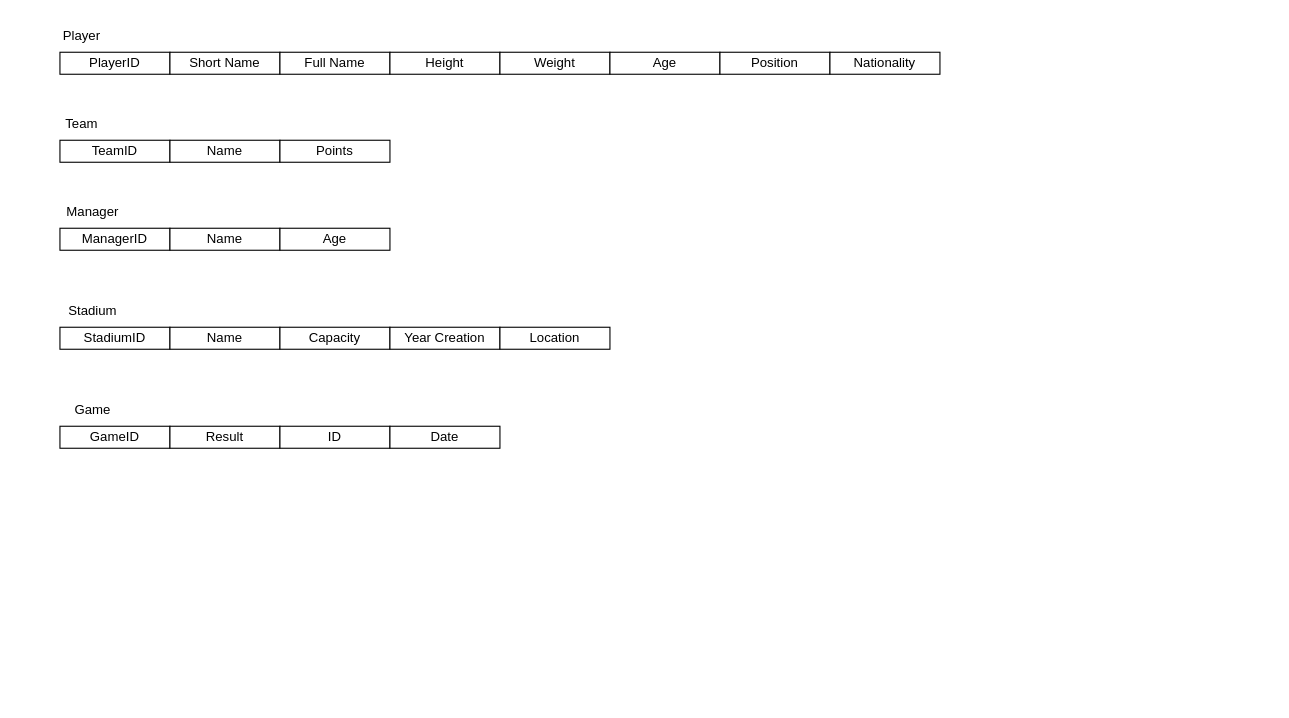
Earlier version of the draw.io diagram Relacional.drawio (jpls10190/DatabaseMLS). Source tidied: cells renumbered, new cells numbered last; positions are measured from the earlier drawing's top-left corner, leaving out a move shared by most shapes. Both pictures are drawn from the tidied source at 110%, with x=0, y=0 at pixel (48, 19).
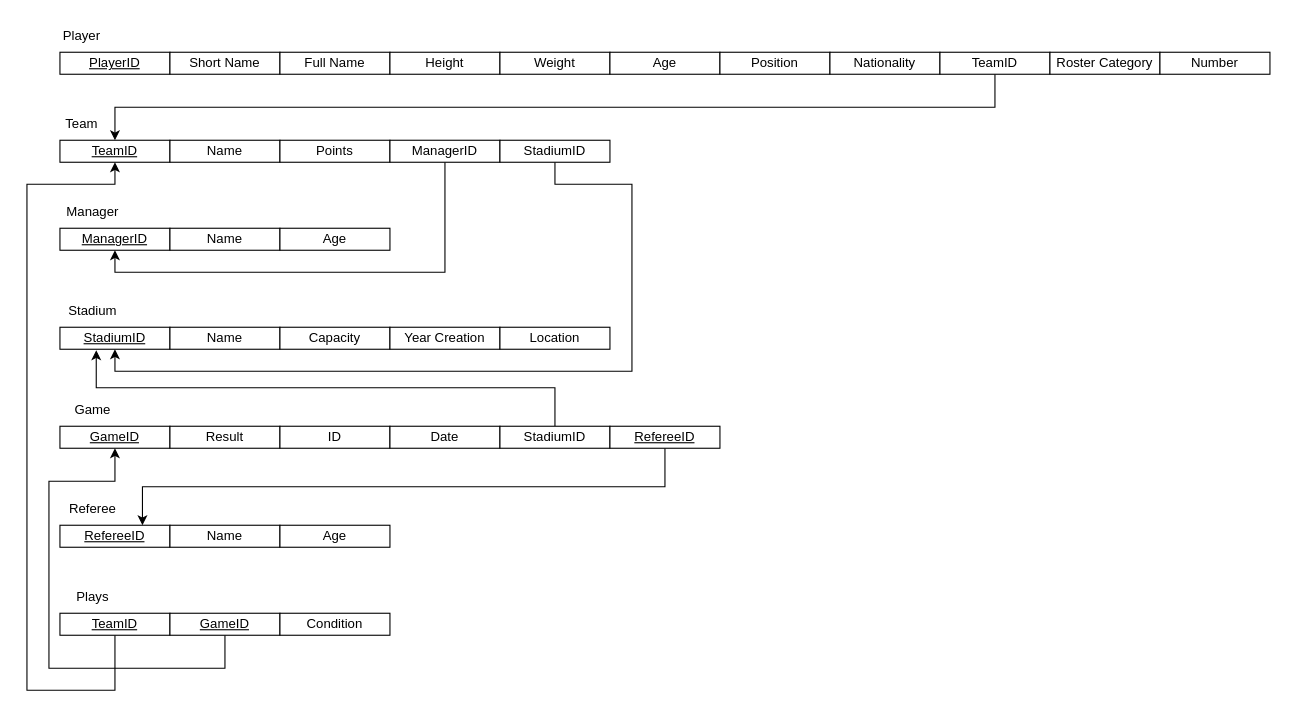
The same diagram, later.

Diff of the diagram source:
```diff
@@
-    <mxCell id="2" value="PlayerID" style="rounded=0;whiteSpace=wrap;html=1;" parent="1" vertex="1">
+    <mxCell id="2" value="&lt;u&gt;PlayerID&lt;/u&gt;" style="rounded=0;whiteSpace=wrap;html=1;" parent="1" vertex="1">
       <mxGeometry x="10" y="30" width="100" height="20" as="geometry" />
     </mxCell>
@@
-    <mxCell id="11" value="TeamID" style="rounded=0;whiteSpace=wrap;html=1;" parent="1" vertex="1">
+    <mxCell id="11" value="&lt;u&gt;TeamID&lt;/u&gt;" style="rounded=0;whiteSpace=wrap;html=1;" parent="1" vertex="1">
       <mxGeometry x="10" y="110" width="100" height="20" as="geometry" />
     </mxCell>
@@
-    <mxCell id="15" value="ManagerID" style="rounded=0;whiteSpace=wrap;html=1;" parent="1" vertex="1">
+    <mxCell id="15" value="&lt;u&gt;ManagerID&lt;/u&gt;" style="rounded=0;whiteSpace=wrap;html=1;" parent="1" vertex="1">
       <mxGeometry x="10" y="190" width="100" height="20" as="geometry" />
     </mxCell>
@@
-    <mxCell id="19" value="StadiumID" style="rounded=0;whiteSpace=wrap;html=1;" parent="1" vertex="1">
+    <mxCell id="19" value="&lt;u&gt;StadiumID&lt;/u&gt;" style="rounded=0;whiteSpace=wrap;html=1;" parent="1" vertex="1">
       <mxGeometry x="10" y="280" width="100" height="20" as="geometry" />
     </mxCell>
@@
-    <mxCell id="25" value="GameID" style="rounded=0;whiteSpace=wrap;html=1;" parent="1" vertex="1">
+    <mxCell id="25" value="&lt;u&gt;GameID&lt;/u&gt;" style="rounded=0;whiteSpace=wrap;html=1;" parent="1" vertex="1">
       <mxGeometry x="10" y="370" width="100" height="20" as="geometry" />
     </mxCell>
@@
+    <mxCell id="30" value="&lt;u&gt;RefereeID&lt;/u&gt;" style="rounded=0;whiteSpace=wrap;html=1;" parent="1" vertex="1">
+      <mxGeometry x="10" y="460" width="100" height="20" as="geometry" />
+    </mxCell>
+    <mxCell id="31" value="Name" style="rounded=0;whiteSpace=wrap;html=1;" parent="1" vertex="1">
+      <mxGeometry x="110" y="460" width="100" height="20" as="geometry" />
+    </mxCell>
+    <mxCell id="32" value="Age" style="rounded=0;whiteSpace=wrap;html=1;" parent="1" vertex="1">
+      <mxGeometry x="210" y="460" width="100" height="20" as="geometry" />
+    </mxCell>
+    <mxCell id="33" value="Referee" style="text;html=1;align=center;verticalAlign=middle;whiteSpace=wrap;rounded=0;" parent="1" vertex="1">
+      <mxGeometry x="10" y="430" width="60" height="30" as="geometry" />
+    </mxCell>
+    <mxCell id="34" style="edgeStyle=orthogonalEdgeStyle;rounded=0;jettySize=auto;html=1;exitX=0.5;exitY=1;exitDx=0;exitDy=0;entryX=0.5;entryY=1;entryDx=0;entryDy=0;" parent="1" edge="1" source="35" target="15">
+      <mxGeometry relative="1" as="geometry" />
+    </mxCell>
+    <mxCell id="35" value="ManagerID" style="rounded=0;whiteSpace=wrap;html=1;" parent="1" vertex="1">
+      <mxGeometry x="310" y="110" width="100" height="20" as="geometry" />
+    </mxCell>
+    <mxCell id="36" style="edgeStyle=orthogonalEdgeStyle;rounded=0;jettySize=auto;html=1;exitX=0.5;exitY=1;exitDx=0;exitDy=0;entryX=0.5;entryY=1;entryDx=0;entryDy=0;" parent="1" edge="1" source="37" target="19">
+      <mxGeometry relative="1" as="geometry">
+        <Array as="points">
+          <mxPoint x="460" y="150" />
+          <mxPoint x="530" y="150" />
+          <mxPoint x="530" y="320" />
+          <mxPoint x="60" y="320" />
+        </Array>
+      </mxGeometry>
+    </mxCell>
+    <mxCell id="37" value="StadiumID" style="rounded=0;whiteSpace=wrap;html=1;" parent="1" vertex="1">
+      <mxGeometry x="410" y="110" width="100" height="20" as="geometry" />
+    </mxCell>
+    <mxCell id="38" style="edgeStyle=orthogonalEdgeStyle;rounded=0;jettySize=auto;html=1;exitX=0.5;exitY=1;exitDx=0;exitDy=0;" parent="1" edge="1" source="39" target="11">
+      <mxGeometry relative="1" as="geometry" />
+    </mxCell>
+    <mxCell id="39" value="TeamID" style="rounded=0;whiteSpace=wrap;html=1;" parent="1" vertex="1">
+      <mxGeometry x="810" y="30" width="100" height="20" as="geometry" />
+    </mxCell>
+    <mxCell id="40" value="Roster Category" style="rounded=0;whiteSpace=wrap;html=1;" parent="1" vertex="1">
+      <mxGeometry x="910" y="30" width="100" height="20" as="geometry" />
+    </mxCell>
+    <mxCell id="41" value="Number" style="rounded=0;whiteSpace=wrap;html=1;" parent="1" vertex="1">
+      <mxGeometry x="1010" y="30" width="100" height="20" as="geometry" />
+    </mxCell>
+    <mxCell id="42" style="edgeStyle=orthogonalEdgeStyle;rounded=0;jettySize=auto;html=1;exitX=0.5;exitY=0;exitDx=0;exitDy=0;entryX=0.33;entryY=1.05;entryDx=0;entryDy=0;entryPerimeter=0;" parent="1" edge="1" source="43" target="19">
+      <mxGeometry relative="1" as="geometry" />
+    </mxCell>
+    <mxCell id="43" value="StadiumID" style="rounded=0;whiteSpace=wrap;html=1;" parent="1" vertex="1">
+      <mxGeometry x="410" y="370" width="100" height="20" as="geometry" />
+    </mxCell>
+    <mxCell id="44" style="edgeStyle=orthogonalEdgeStyle;rounded=0;jettySize=auto;html=1;exitX=0.5;exitY=1;exitDx=0;exitDy=0;entryX=0.75;entryY=0;entryDx=0;entryDy=0;" parent="1" edge="1" source="45" target="30">
+      <mxGeometry relative="1" as="geometry" />
+    </mxCell>
+    <mxCell id="45" value="&lt;u&gt;RefereeID&lt;/u&gt;" style="rounded=0;whiteSpace=wrap;html=1;" parent="1" vertex="1">
+      <mxGeometry x="510" y="370" width="100" height="20" as="geometry" />
+    </mxCell>
+    <mxCell id="46" value="Plays" style="text;html=1;align=center;verticalAlign=middle;whiteSpace=wrap;rounded=0;" parent="1" vertex="1">
+      <mxGeometry x="10" y="510" width="60" height="30" as="geometry" />
+    </mxCell>
+    <mxCell id="47" style="edgeStyle=orthogonalEdgeStyle;rounded=0;jettySize=auto;html=1;exitX=0.5;exitY=1;exitDx=0;exitDy=0;entryX=0.5;entryY=1;entryDx=0;entryDy=0;" parent="1" edge="1" source="48" target="11">
+      <mxGeometry relative="1" as="geometry">
+        <Array as="points">
+          <mxPoint x="60" y="610" />
+          <mxPoint x="-20" y="610" />
+          <mxPoint x="-20" y="150" />
+          <mxPoint x="60" y="150" />
+        </Array>
+      </mxGeometry>
+    </mxCell>
+    <mxCell id="48" value="&lt;u&gt;TeamID&lt;/u&gt;" style="rounded=0;whiteSpace=wrap;html=1;" parent="1" vertex="1">
+      <mxGeometry x="10" y="540" width="100" height="20" as="geometry" />
+    </mxCell>
+    <mxCell id="49" style="edgeStyle=orthogonalEdgeStyle;rounded=0;jettySize=auto;html=1;exitX=0.5;exitY=1;exitDx=0;exitDy=0;entryX=0.5;entryY=1;entryDx=0;entryDy=0;" parent="1" edge="1" source="50" target="25">
+      <mxGeometry relative="1" as="geometry">
+        <Array as="points">
+          <mxPoint x="160" y="590" />
+          <mxPoint y="590" />
+          <mxPoint y="420" />
+          <mxPoint x="60" y="420" />
+        </Array>
+      </mxGeometry>
+    </mxCell>
+    <mxCell id="50" value="&lt;u&gt;GameID&lt;/u&gt;" style="rounded=0;whiteSpace=wrap;html=1;" parent="1" vertex="1">
+      <mxGeometry x="110" y="540" width="100" height="20" as="geometry" />
+    </mxCell>
+    <mxCell id="51" value="Condition" style="rounded=0;whiteSpace=wrap;html=1;" parent="1" vertex="1">
+      <mxGeometry x="210" y="540" width="100" height="20" as="geometry" />
+    </mxCell>
```
